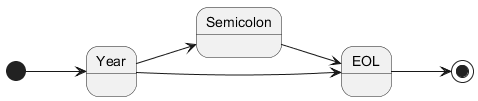
The PlantUML diagram Documentation/diagram.png in asison19/food-interpreter, before a commit. The source it was exported from:
```plantuml
@startuml

left to right direction

[*] --> Year

Year --> Semicolon
Year --> EOL

Semicolon --> EOL

EOL --> [*]

@enduml
```
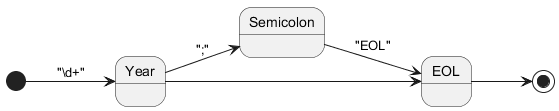
Above is the later version.

Change to the diagram source:
```diff
@@ -2,12 +2,12 @@
 
 left to right direction
 
-[*] --> Year
+[*] --> Year : "\d+"
 
-Year --> Semicolon
+Year --> Semicolon : ";"
 Year --> EOL
 
-Semicolon --> EOL
+Semicolon --> EOL : "EOL"
 
 EOL --> [*]
 
```
